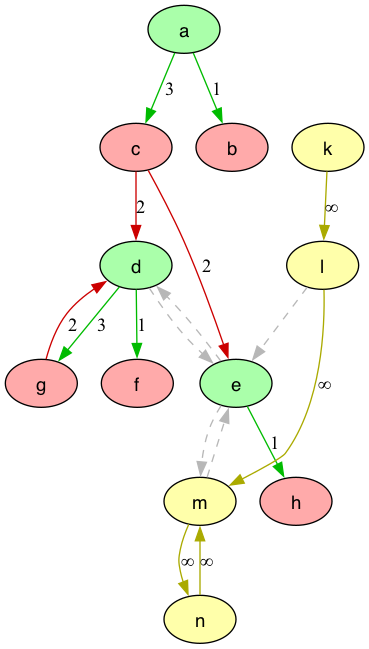
The Graphviz diagram graphs/game_graph_colored.png in idaks/Games-and-Argumentation-AI3, before a commit. Its source is kept beside it as graphs/game_graph_colored.dot.
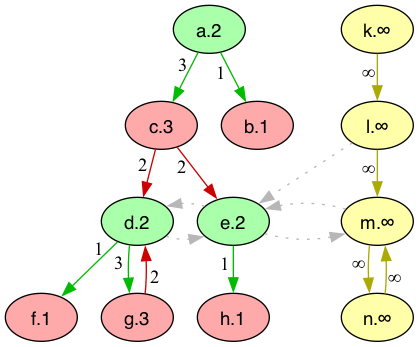
Later version of the same file.

Change to the diagram source:
```diff
@@ -1,28 +1,42 @@
 digraph G {
+  rankdir="TB"
   node [shape=oval style=filled fontname=Helvetica fontsize=14]
-  node [fillcolor="#AAFFAA" fontcolor="#000000"] a d e;
-  node [fillcolor="#FFAAAA" fontcolor="#000000"] c b f g h;
-  node [fillcolor="#FFFFAA" fontcolor="#000000"] m k l n;
-  edge [dir=forward, color="#00BB00", style="solid", label="3"]
-        "a" -> "c";
-        "d" -> "g";
-  edge [dir=forward, color="#00BB00", style="solid", label="1"]
-        "a" -> "b";
-        "d" -> "f";
-        "e" -> "h";
-  edge [dir=forward, color="#CC0000", style="solid", label="2"]
-        "c" -> "d";
-        "c" -> "e";
-        "g" -> "d";
-  edge [dir=forward, color="#b7b7b7", style="dashed", label=" "]
-        "d" -> "e";
-        "e" -> "d";
-        "e" -> "m";
-        "l" -> "e";
-        "m" -> "e";
-  edge [dir=forward, color="#AAAA00", style="solid", label="∞"]
-        "k" -> "l";
-        "l" -> "m";
-        "m" -> "n";
-        "n" -> "m";
+  node [fillcolor="#AAFFAA" fontcolor="#000000"]
+       a[label="a.2"]
+       d[label="d.2"]
+       e[label="e.2"]
+  node [fillcolor="#FFAAAA" fontcolor="#000000"]
+       c[label="c.3"]
+       b[label="b.1"]
+       f[label="f.1"]
+       g[label="g.3"]
+       h[label="h.1"]
+  node [fillcolor="#FFFFAA" fontcolor="#000000"]
+       m[label="m.∞"]
+       k[label="k.∞"]
+       l[label="l.∞"]
+       n[label="n.∞"]
+  edge [dir=forward color="#00BB00" style="solid" taillabel="3" labeldistance=1.5]
+        "a" -> "c"
+        "d" -> "g"
+  edge [dir=forward color="#00BB00" style="solid" taillabel="1" labeldistance=1.5]
+        "a" -> "b"
+        "d" -> "f"
+        "e" -> "h"
+  edge [dir=forward color="#CC0000" style="solid" taillabel="2" labeldistance=1.5]
+        "c" -> "d"
+        "c" -> "e"
+        "g" -> "d"
+  edge [dir=forward color="#AAAA00" style="solid" taillabel="∞" labeldistance=1.5]
+        "k" -> "l"
+        "l" -> "m"
+        "m" -> "n"
+        "n" -> "m"
+  edge [dir=forward color="#b7b7b7" style="dotted" constraint=false taillabel=" " labeldistance=1.5]
+        "d" -> "e"
+        "e" -> "d"
+        "e" -> "m"
+        "l" -> "e"
+        "m" -> "e"
+
 }
```
